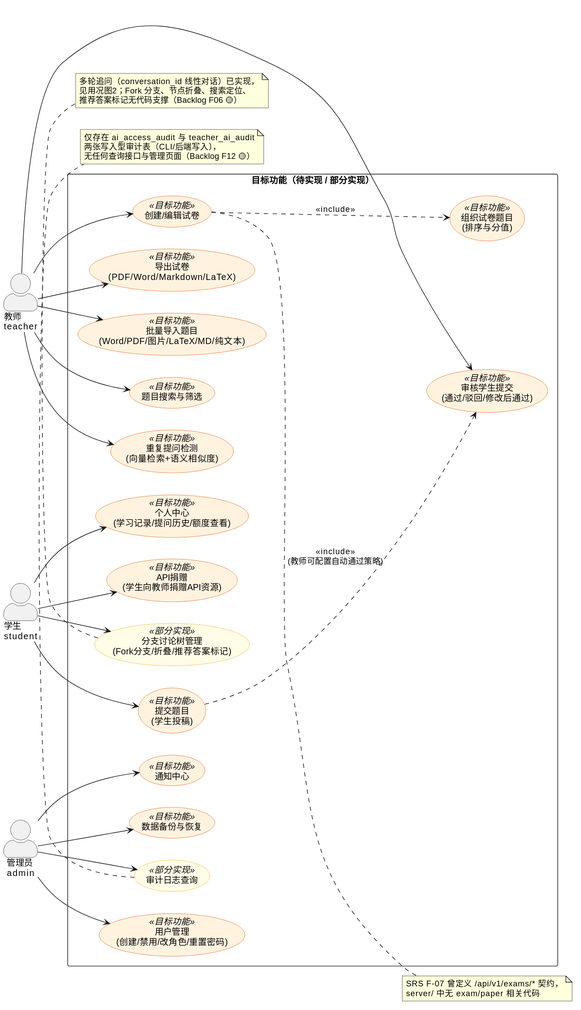
This is OOA_OOD/diagrams/usecase/uc3_target.svg from Araaaagorn/ai-question-bank, a PlantUML export, as it was before one commit. Source of this version:
```plantuml
@startuml
left to right direction
skinparam shadowing false
skinparam actorStyle awesome
skinparam packageStyle rectangle
skinparam usecase {
  BackgroundColor<<目标功能>> #FFF3E0
  BorderColor<<目标功能>> #E65100
  BackgroundColor<<部分实现>> #FFFDE7
  BorderColor<<部分实现>> #F9A825
}

actor "教师\nteacher" as Teacher
actor "学生\nstudent" as Student
actor "管理员\nadmin" as Admin

rectangle "目标功能（待实现 / 部分实现）" {
  usecase "创建/编辑试卷" as UCExam <<目标功能>>
  usecase "组织试卷题目\n(排序与分值)" as UCPaperQ <<目标功能>>
  usecase "导出试卷\n(PDF/Word/Markdown/LaTeX)" as UCExport <<目标功能>>
  usecase "批量导入题目\n(Word/PDF/图片/LaTeX/MD/纯文本)" as UCImport <<目标功能>>
  usecase "提交题目\n(学生投稿)" as UCSubmitQ <<目标功能>>
  usecase "审核学生提交\n(通过/驳回/修改后通过)" as UCReviewQ <<目标功能>>
  usecase "分支讨论树管理\n(Fork分支/折叠/推荐答案标记)" as UCFork <<部分实现>>
  usecase "题目搜索与筛选" as UCSearch <<目标功能>>
  usecase "用户管理\n(创建/禁用/改角色/重置密码)" as UCUserMgmt <<目标功能>>
  usecase "审计日志查询" as UCAudit <<部分实现>>
  usecase "个人中心\n(学习记录/提问历史/额度查看)" as UCProfile <<目标功能>>
  usecase "重复提问检测\n(向量检索+语义相似度)" as UCDup <<目标功能>>
  usecase "通知中心" as UCNotify <<目标功能>>
  usecase "API捐赠\n(学生向教师捐赠API资源)" as UCDonate <<目标功能>>
  usecase "数据备份与恢复" as UCBackup <<目标功能>>
}

Teacher --> UCExam
Teacher --> UCExport
Teacher --> UCImport
Teacher --> UCReviewQ
Teacher --> UCSearch
Teacher --> UCDup
Student --> UCSubmitQ
Student --> UCFork
Student --> UCProfile
Student --> UCDonate
Admin --> UCUserMgmt
Admin --> UCAudit
Admin --> UCBackup
Admin --> UCNotify

UCExam ..> UCPaperQ : <<include>>
UCSubmitQ ..> UCReviewQ : <<include>>\n(教师可配置自动通过策略)

note bottom of UCFork
  多轮追问（conversation_id 线性对话）已实现，
  见用况图2；Fork 分支、节点折叠、搜索定位、
  推荐答案标记无代码支撑（Backlog F06 🟡）
end note

note bottom of UCAudit
  仅存在 ai_access_audit 与 teacher_ai_audit
  两张写入型审计表（CLI/后端写入），
  无任何查询接口与管理页面（Backlog F12 🟡）
end note

note right of UCExam
  SRS F-07 曾定义 /api/v1/exams/* 契约，
  server/ 中无 exam/paper 相关代码
end note
@enduml
```
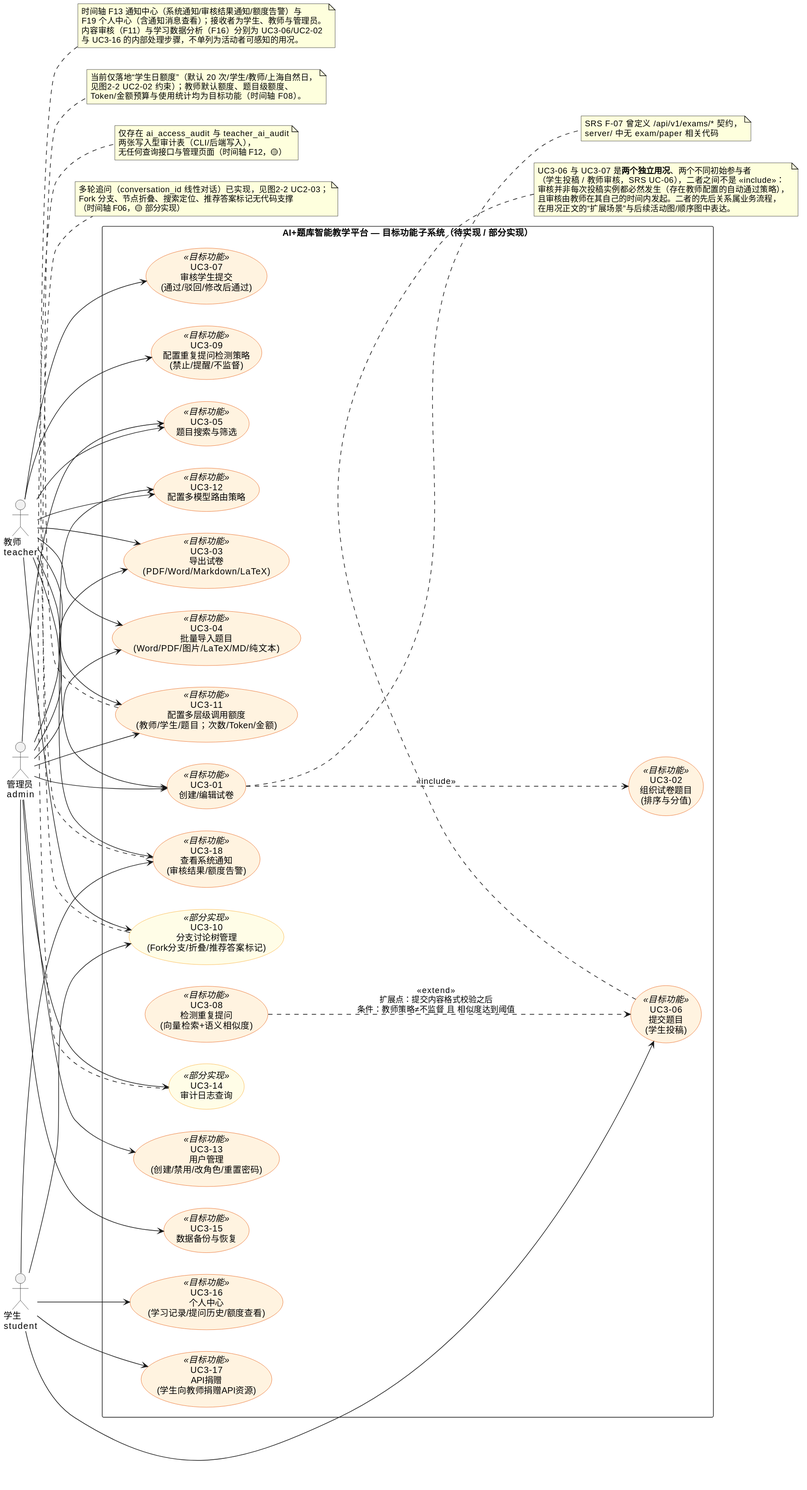
After the commit.

Change to the diagram source:
```diff
@@ -1,7 +1,6 @@
 @startuml
 left to right direction
 skinparam shadowing false
-skinparam actorStyle awesome
 skinparam packageStyle rectangle
 skinparam usecase {
   BackgroundColor<<目标功能>> #FFF3E0
@@ -11,59 +10,93 @@
 }
 
 actor "教师\nteacher" as Teacher
+actor "管理员\nadmin" as Admin
 actor "学生\nstudent" as Student
-actor "管理员\nadmin" as Admin
 
-rectangle "目标功能（待实现 / 部分实现）" {
-  usecase "创建/编辑试卷" as UCExam <<目标功能>>
-  usecase "组织试卷题目\n(排序与分值)" as UCPaperQ <<目标功能>>
-  usecase "导出试卷\n(PDF/Word/Markdown/LaTeX)" as UCExport <<目标功能>>
-  usecase "批量导入题目\n(Word/PDF/图片/LaTeX/MD/纯文本)" as UCImport <<目标功能>>
-  usecase "提交题目\n(学生投稿)" as UCSubmitQ <<目标功能>>
-  usecase "审核学生提交\n(通过/驳回/修改后通过)" as UCReviewQ <<目标功能>>
-  usecase "分支讨论树管理\n(Fork分支/折叠/推荐答案标记)" as UCFork <<部分实现>>
-  usecase "题目搜索与筛选" as UCSearch <<目标功能>>
-  usecase "用户管理\n(创建/禁用/改角色/重置密码)" as UCUserMgmt <<目标功能>>
-  usecase "审计日志查询" as UCAudit <<部分实现>>
-  usecase "个人中心\n(学习记录/提问历史/额度查看)" as UCProfile <<目标功能>>
-  usecase "重复提问检测\n(向量检索+语义相似度)" as UCDup <<目标功能>>
-  usecase "通知中心" as UCNotify <<目标功能>>
-  usecase "API捐赠\n(学生向教师捐赠API资源)" as UCDonate <<目标功能>>
-  usecase "数据备份与恢复" as UCBackup <<目标功能>>
+rectangle "AI+题库智能教学平台 — 目标功能子系统（待实现 / 部分实现）" {
+  usecase "UC3-01\n创建/编辑试卷" as UCExam <<目标功能>>
+  usecase "UC3-02\n组织试卷题目\n(排序与分值)" as UCPaperQ <<目标功能>>
+  usecase "UC3-03\n导出试卷\n(PDF/Word/Markdown/LaTeX)" as UCExport <<目标功能>>
+  usecase "UC3-04\n批量导入题目\n(Word/PDF/图片/LaTeX/MD/纯文本)" as UCImport <<目标功能>>
+  usecase "UC3-05\n题目搜索与筛选" as UCSearch <<目标功能>>
+  usecase "UC3-07\n审核学生提交\n(通过/驳回/修改后通过)" as UCReviewQ <<目标功能>>
+  usecase "UC3-09\n配置重复提问检测策略\n(禁止/提醒/不监督)" as UCDupPolicy <<目标功能>>
+  usecase "UC3-11\n配置多层级调用额度\n(教师/学生/题目；次数/Token/金额)" as UCQuota <<目标功能>>
+  usecase "UC3-12\n配置多模型路由策略" as UCRouter <<目标功能>>
+  usecase "UC3-13\n用户管理\n(创建/禁用/改角色/重置密码)" as UCUserMgmt <<目标功能>>
+  usecase "UC3-14\n审计日志查询" as UCAudit <<部分实现>>
+  usecase "UC3-15\n数据备份与恢复" as UCBackup <<目标功能>>
+  usecase "UC3-10\n分支讨论树管理\n(Fork分支/折叠/推荐答案标记)" as UCFork <<部分实现>>
+  usecase "UC3-18\n查看系统通知\n(审核结果/额度告警)" as UCNotify <<目标功能>>
+  usecase "UC3-06\n提交题目\n(学生投稿)" as UCSubmitQ <<目标功能>>
+  usecase "UC3-08\n检测重复提问\n(向量检索+语义相似度)" as UCDup <<目标功能>>
+  usecase "UC3-16\n个人中心\n(学习记录/提问历史/额度查看)" as UCProfile <<目标功能>>
+  usecase "UC3-17\nAPI捐赠\n(学生向教师捐赠API资源)" as UCDonate <<目标功能>>
 }
 
 Teacher --> UCExam
 Teacher --> UCExport
 Teacher --> UCImport
+Teacher --> UCSearch
 Teacher --> UCReviewQ
-Teacher --> UCSearch
-Teacher --> UCDup
+Teacher --> UCDupPolicy
+Teacher --> UCQuota
+Teacher --> UCRouter
+Teacher --> UCFork
+Admin --> UCExam
+Admin --> UCExport
+Admin --> UCImport
+Admin --> UCSearch
+Admin --> UCQuota
+Admin --> UCRouter
+Admin --> UCUserMgmt
+Admin --> UCAudit
+Admin --> UCBackup
 Student --> UCSubmitQ
 Student --> UCFork
 Student --> UCProfile
 Student --> UCDonate
-Admin --> UCUserMgmt
-Admin --> UCAudit
-Admin --> UCBackup
-Admin --> UCNotify
+Student --> UCNotify
+Teacher --> UCNotify
 
 UCExam ..> UCPaperQ : <<include>>
-UCSubmitQ ..> UCReviewQ : <<include>>\n(教师可配置自动通过策略)
+UCDup ..> UCSubmitQ : <<extend>>\n扩展点：提交内容格式校验之后\n条件：教师策略≠不监督 且 相似度达到阈值
+
+note bottom of UCSubmitQ
+  UC3-06 与 UC3-07 是**两个独立用况**、两个不同初始参与者
+  （学生投稿 / 教师审核，SRS UC-06），二者之间不是 «include»：
+  审核并非每次投稿实例都必然发生（存在教师配置的自动通过策略），
+  且审核由教师在其自己的时间内发起。二者的先后关系属业务流程，
+  在用况正文的“扩展场景”与后续活动图/顺序图中表达。
+end note
 
 note bottom of UCFork
-  多轮追问（conversation_id 线性对话）已实现，
-  见用况图2；Fork 分支、节点折叠、搜索定位、
-  推荐答案标记无代码支撑（Backlog F06 🟡）
+  多轮追问（conversation_id 线性对话）已实现，见图2-2 UC2-03；
+  Fork 分支、节点折叠、搜索定位、推荐答案标记无代码支撑
+  （时间轴 F06，🟡 部分实现）
 end note
 
 note bottom of UCAudit
   仅存在 ai_access_audit 与 teacher_ai_audit
   两张写入型审计表（CLI/后端写入），
-  无任何查询接口与管理页面（Backlog F12 🟡）
+  无任何查询接口与管理页面（时间轴 F12，🟡）
 end note
 
 note right of UCExam
   SRS F-07 曾定义 /api/v1/exams/* 契约，
   server/ 中无 exam/paper 相关代码
 end note
+
+note bottom of UCQuota
+  当前仅落地“学生日额度”（默认 20 次/学生/教师/上海自然日，
+  见图2-2 UC2-02 约束）；教师默认额度、题目级额度、
+  Token/金额预算与使用统计均为目标功能（时间轴 F08）。
+end note
+
+note bottom of UCNotify
+  时间轴 F13 通知中心（系统通知/审核结果通知/额度告警）与
+  F19 个人中心（含通知消息查看）；接收者为学生、教师与管理员。
+  内容审核（F11）与学习数据分析（F16）分别为 UC3-06/UC2-02
+  与 UC3-16 的内部处理步骤，不单列为活动者可感知的用况。
+end note
 @enduml
```
